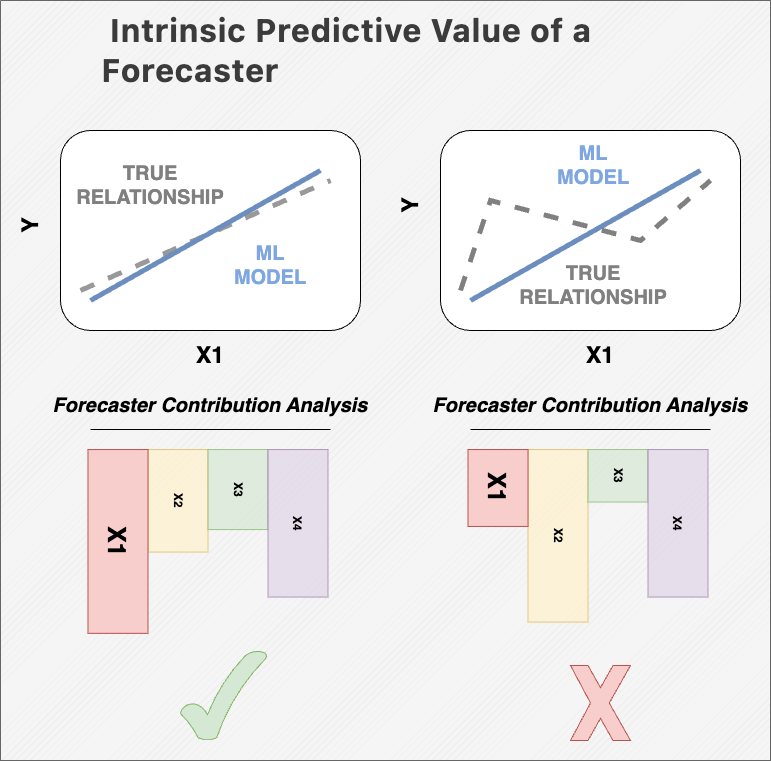
This is img/forecasters_contribution.png from giobbu/Elia-Colab-Forecast, a draw.io export, as it was before one commit. Source tidied: cells renumbered, new cells last; positions are measured from the earlier drawing's top-left corner, leaving out a move shared by most shapes.
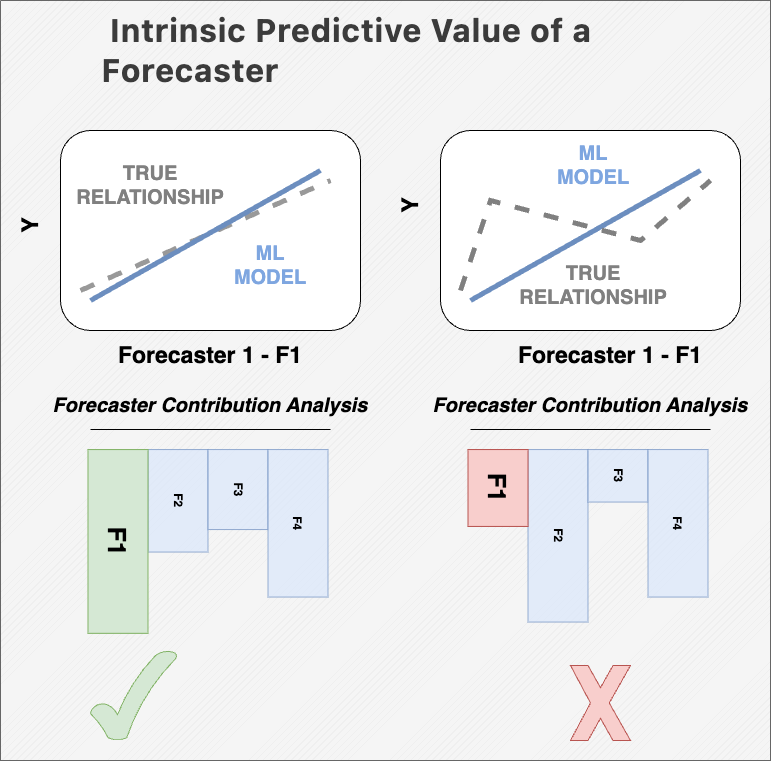
Above is the later version.

Commit message:
update img/forecasters_contribution

What changed in the source:
```diff
@@ -26,16 +26,16 @@
     <mxCell id="7" value="&lt;span style=&quot;font-size: 20px;&quot;&gt;&lt;b style=&quot;&quot;&gt;&lt;font color=&quot;#808080&quot;&gt;TRUE RELATIONSHIP&lt;/font&gt;&lt;/b&gt;&lt;/span&gt;" style="text;html=1;align=center;verticalAlign=middle;whiteSpace=wrap;rounded=0;" parent="1" vertex="1">
       <mxGeometry x="120" y="170" width="60" height="30" as="geometry" />
     </mxCell>
-    <mxCell id="8" value="&lt;b&gt;X2&lt;/b&gt;" style="rounded=0;whiteSpace=wrap;html=1;rotation=90;fillColor=#fff2cc;strokeColor=#d6b656;opacity=70;" parent="1" vertex="1">
+    <mxCell id="8" value="&lt;b&gt;F2&lt;/b&gt;" style="rounded=0;whiteSpace=wrap;html=1;rotation=90;fillColor=#dae8fc;strokeColor=#6c8ebf;opacity=70;" parent="1" vertex="1">
       <mxGeometry x="126.2" y="470.3" width="102.5" height="60" as="geometry" />
     </mxCell>
-    <mxCell id="9" value="&lt;b&gt;X3&lt;/b&gt;" style="rounded=0;whiteSpace=wrap;html=1;rotation=90;fillColor=#d5e8d4;strokeColor=#82b366;opacity=70;" parent="1" vertex="1">
+    <mxCell id="9" value="&lt;b&gt;F3&lt;/b&gt;" style="rounded=0;whiteSpace=wrap;html=1;rotation=90;fillColor=#dae8fc;strokeColor=#6c8ebf;opacity=70;" parent="1" vertex="1">
       <mxGeometry x="197.5" y="459.1" width="80" height="60" as="geometry" />
     </mxCell>
-    <mxCell id="10" value="&lt;b&gt;X4&lt;/b&gt;" style="rounded=0;whiteSpace=wrap;html=1;rotation=90;fillColor=#e1d5e7;strokeColor=#9673a6;opacity=70;" parent="1" vertex="1">
+    <mxCell id="10" value="&lt;b&gt;F4&lt;/b&gt;" style="rounded=0;whiteSpace=wrap;html=1;rotation=90;fillColor=#dae8fc;strokeColor=#6c8ebf;opacity=70;" parent="1" vertex="1">
       <mxGeometry x="223.8" y="492.8" width="147.5" height="60" as="geometry" />
     </mxCell>
-    <mxCell id="11" value="&lt;b&gt;&lt;font style=&quot;font-size: 25px;&quot;&gt;X1&lt;/font&gt;&lt;/b&gt;" style="rounded=0;whiteSpace=wrap;html=1;rotation=90;fillColor=#f8cecc;strokeColor=#b85450;" parent="1" vertex="1">
+    <mxCell id="11" value="&lt;span style=&quot;font-size: 25px;&quot;&gt;&lt;b&gt;F1&lt;/b&gt;&lt;/span&gt;" style="rounded=0;whiteSpace=wrap;html=1;rotation=90;fillColor=#d5e8d4;strokeColor=#82b366;" parent="1" vertex="1">
       <mxGeometry x="25.6" y="510.9" width="183.8" height="60" as="geometry" />
     </mxCell>
     <mxCell id="12" style="endArrow=none;html=1;rounded=0;" parent="1" edge="1">
@@ -48,7 +48,7 @@
       <mxGeometry x="40" y="390" width="340" height="30" as="geometry" />
     </mxCell>
     <mxCell id="14" style="verticalLabelPosition=bottom;verticalAlign=top;html=1;shape=mxgraph.basic.tick;fillColor=#d5e8d4;strokeColor=#82b366;" parent="1" vertex="1">
-      <mxGeometry x="180" y="650" width="86.2" height="90" as="geometry" />
+      <mxGeometry x="90" y="650" width="86.2" height="90" as="geometry" />
     </mxCell>
     <mxCell id="15" style="rounded=1;whiteSpace=wrap;html=1;" parent="1" vertex="1">
       <mxGeometry x="440" y="130" width="300" height="200" as="geometry" />
@@ -65,16 +65,16 @@
     <mxCell id="18" value="&lt;span style=&quot;font-size: 20px;&quot;&gt;&lt;b style=&quot;&quot;&gt;&lt;font color=&quot;#808080&quot;&gt;TRUE RELATIONSHIP&lt;/font&gt;&lt;/b&gt;&lt;/span&gt;" style="text;html=1;align=center;verticalAlign=middle;whiteSpace=wrap;rounded=0;" parent="1" vertex="1">
       <mxGeometry x="562.5" y="270" width="60" height="30" as="geometry" />
     </mxCell>
-    <mxCell id="19" value="&lt;b&gt;X2&lt;/b&gt;" style="rounded=0;whiteSpace=wrap;html=1;rotation=90;fillColor=#fff2cc;strokeColor=#d6b656;opacity=70;" parent="1" vertex="1">
+    <mxCell id="19" value="&lt;b&gt;F2&lt;/b&gt;" style="rounded=0;whiteSpace=wrap;html=1;rotation=90;fillColor=#dae8fc;strokeColor=#6c8ebf;opacity=70;" parent="1" vertex="1">
       <mxGeometry x="471.2" y="505.3" width="172.5" height="60" as="geometry" />
     </mxCell>
-    <mxCell id="20" value="&lt;b&gt;X3&lt;/b&gt;" style="rounded=0;whiteSpace=wrap;html=1;rotation=90;fillColor=#d5e8d4;strokeColor=#82b366;opacity=70;" parent="1" vertex="1">
+    <mxCell id="20" value="&lt;b&gt;F3&lt;/b&gt;" style="rounded=0;whiteSpace=wrap;html=1;rotation=90;fillColor=#dae8fc;strokeColor=#6c8ebf;opacity=70;" parent="1" vertex="1">
       <mxGeometry x="591.2" y="445.3" width="52.5" height="60" as="geometry" />
     </mxCell>
-    <mxCell id="21" value="&lt;b&gt;X4&lt;/b&gt;" style="rounded=0;whiteSpace=wrap;html=1;rotation=90;fillColor=#e1d5e7;strokeColor=#9673a6;opacity=70;" parent="1" vertex="1">
+    <mxCell id="21" value="&lt;b&gt;F4&lt;/b&gt;" style="rounded=0;whiteSpace=wrap;html=1;rotation=90;fillColor=#dae8fc;strokeColor=#6c8ebf;opacity=70;" parent="1" vertex="1">
       <mxGeometry x="603.8" y="492.8" width="147.5" height="60" as="geometry" />
     </mxCell>
-    <mxCell id="22" value="&lt;b&gt;&lt;font style=&quot;font-size: 25px;&quot;&gt;X1&lt;/font&gt;&lt;/b&gt;" style="rounded=0;whiteSpace=wrap;html=1;rotation=90;fillColor=#f8cecc;strokeColor=#b85450;" parent="1" vertex="1">
+    <mxCell id="22" value="&lt;span style=&quot;font-size: 25px;&quot;&gt;&lt;b&gt;F1&lt;/b&gt;&lt;/span&gt;" style="rounded=0;whiteSpace=wrap;html=1;rotation=90;fillColor=#f8cecc;strokeColor=#b85450;" parent="1" vertex="1">
       <mxGeometry x="459.1" y="457.5" width="76.9" height="60" as="geometry" />
     </mxCell>
     <mxCell id="23" style="endArrow=none;html=1;rounded=0;" parent="1" edge="1">
@@ -99,20 +99,20 @@
     <mxCell id="26" value="&lt;h4 style=&quot;margin-top: 24px; margin-bottom: 16px; line-height: 1.25; position: relative; color: rgb(59, 59, 59); font-family: -apple-system, &amp;quot;system-ui&amp;quot;, &amp;quot;Segoe WPC&amp;quot;, &amp;quot;Segoe UI&amp;quot;, system-ui, Ubuntu, &amp;quot;Droid Sans&amp;quot;, sans-serif; text-align: left;&quot; id=&quot;contribution-score-doesnt-indicate-the-intrinsic-predictive-value-of-a-forecaster-on-its-own-but-rather-how-significant-that-forecaster-is-to-a-specific-model&quot; dir=&quot;auto&quot; class=&quot;code-line&quot;&gt;&lt;font style=&quot;font-size: 32px;&quot;&gt;&amp;nbsp;Intrinsic Predictive Value of a Forecaster&lt;/font&gt;&lt;/h4&gt;" style="text;html=1;align=center;verticalAlign=middle;whiteSpace=wrap;rounded=0;" parent="1" vertex="1">
       <mxGeometry x="100" y="30" width="620" height="30" as="geometry" />
     </mxCell>
-    <mxCell id="27" value="&lt;font style=&quot;font-size: 23px;&quot;&gt;&lt;b&gt;X1&lt;/b&gt;&lt;/font&gt;" style="text;html=1;align=center;verticalAlign=middle;whiteSpace=wrap;rounded=0;" parent="1" vertex="1">
-      <mxGeometry x="180" y="340" width="60" height="30" as="geometry" />
+    <mxCell id="27" value="&lt;font style=&quot;font-size: 23px;&quot;&gt;&lt;b&gt;Forecaster 1 - F1&lt;/b&gt;&lt;/font&gt;" style="text;html=1;align=center;verticalAlign=middle;whiteSpace=wrap;rounded=0;" parent="1" vertex="1">
+      <mxGeometry x="90" y="340" width="240" height="30" as="geometry" />
     </mxCell>
-    <mxCell id="28" value="&lt;font style=&quot;font-size: 23px;&quot;&gt;&lt;b&gt;X1&lt;/b&gt;&lt;/font&gt;" style="text;html=1;align=center;verticalAlign=middle;whiteSpace=wrap;rounded=0;" parent="1" vertex="1">
-      <mxGeometry x="570" y="340" width="60" height="30" as="geometry" />
+    <mxCell id="28" value="&lt;span style=&quot;font-size: 23px;&quot;&gt;&lt;b&gt;Y&lt;/b&gt;&lt;/span&gt;" style="text;html=1;align=center;verticalAlign=middle;whiteSpace=wrap;rounded=0;rotation=-90;" parent="1" vertex="1">
+      <mxGeometry y="210" width="60" height="30" as="geometry" />
     </mxCell>
     <mxCell id="29" value="&lt;span style=&quot;font-size: 23px;&quot;&gt;&lt;b&gt;Y&lt;/b&gt;&lt;/span&gt;" style="text;html=1;align=center;verticalAlign=middle;whiteSpace=wrap;rounded=0;rotation=-90;" parent="1" vertex="1">
-      <mxGeometry y="210" width="60" height="30" as="geometry" />
+      <mxGeometry x="380" y="190" width="60" height="30" as="geometry" />
     </mxCell>
-    <mxCell id="30" value="&lt;span style=&quot;font-size: 23px;&quot;&gt;&lt;b&gt;Y&lt;/b&gt;&lt;/span&gt;" style="text;html=1;align=center;verticalAlign=middle;whiteSpace=wrap;rounded=0;rotation=-90;" parent="1" vertex="1">
-      <mxGeometry x="380" y="190" width="60" height="30" as="geometry" />
+    <mxCell id="30" value="&lt;b&gt;&lt;i&gt;&lt;font style=&quot;font-size: 20px;&quot;&gt;Forecaster Contribution Analysis&lt;/font&gt;&lt;/i&gt;&lt;/b&gt;" style="text;html=1;align=center;verticalAlign=middle;whiteSpace=wrap;rounded=0;" parent="1" vertex="1">
+      <mxGeometry x="420" y="390" width="340" height="30" as="geometry" />
     </mxCell>
-    <mxCell id="31" value="&lt;b&gt;&lt;i&gt;&lt;font style=&quot;font-size: 20px;&quot;&gt;Forecaster Contribution Analysis&lt;/font&gt;&lt;/i&gt;&lt;/b&gt;" style="text;html=1;align=center;verticalAlign=middle;whiteSpace=wrap;rounded=0;" parent="1" vertex="1">
-      <mxGeometry x="420" y="390" width="340" height="30" as="geometry" />
+    <mxCell id="31" value="&lt;font style=&quot;font-size: 23px;&quot;&gt;&lt;b&gt;Forecaster 1 - F1&lt;/b&gt;&lt;/font&gt;" style="text;html=1;align=center;verticalAlign=middle;whiteSpace=wrap;rounded=0;" parent="1" vertex="1">
+      <mxGeometry x="490" y="340" width="240" height="30" as="geometry" />
     </mxCell>
   </root>
 </mxGraphModel>
```
